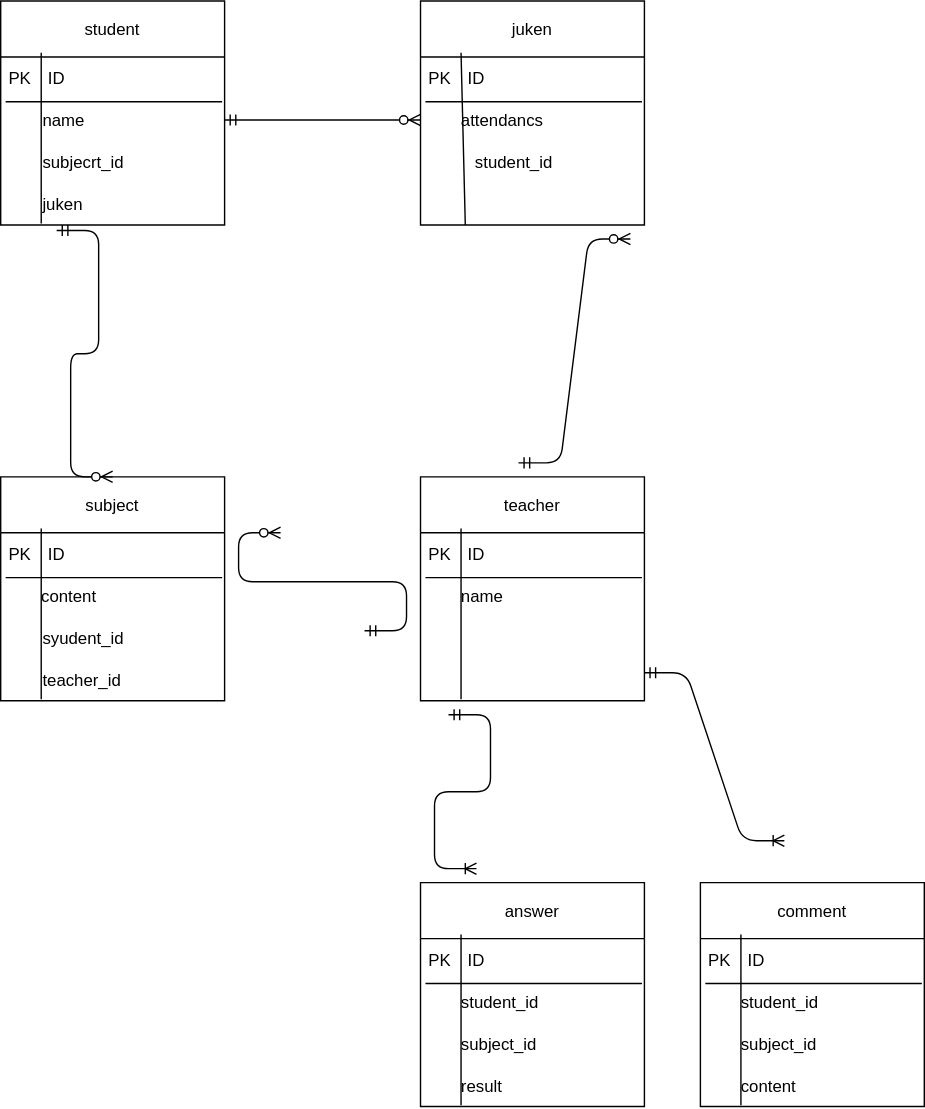
Above: index.svg in azuma2/ER (draw.io), before the change. Source tidied: cells renumbered, new cells last; positions are measured from the earlier drawing's top-left corner, leaving out a move shared by most shapes.
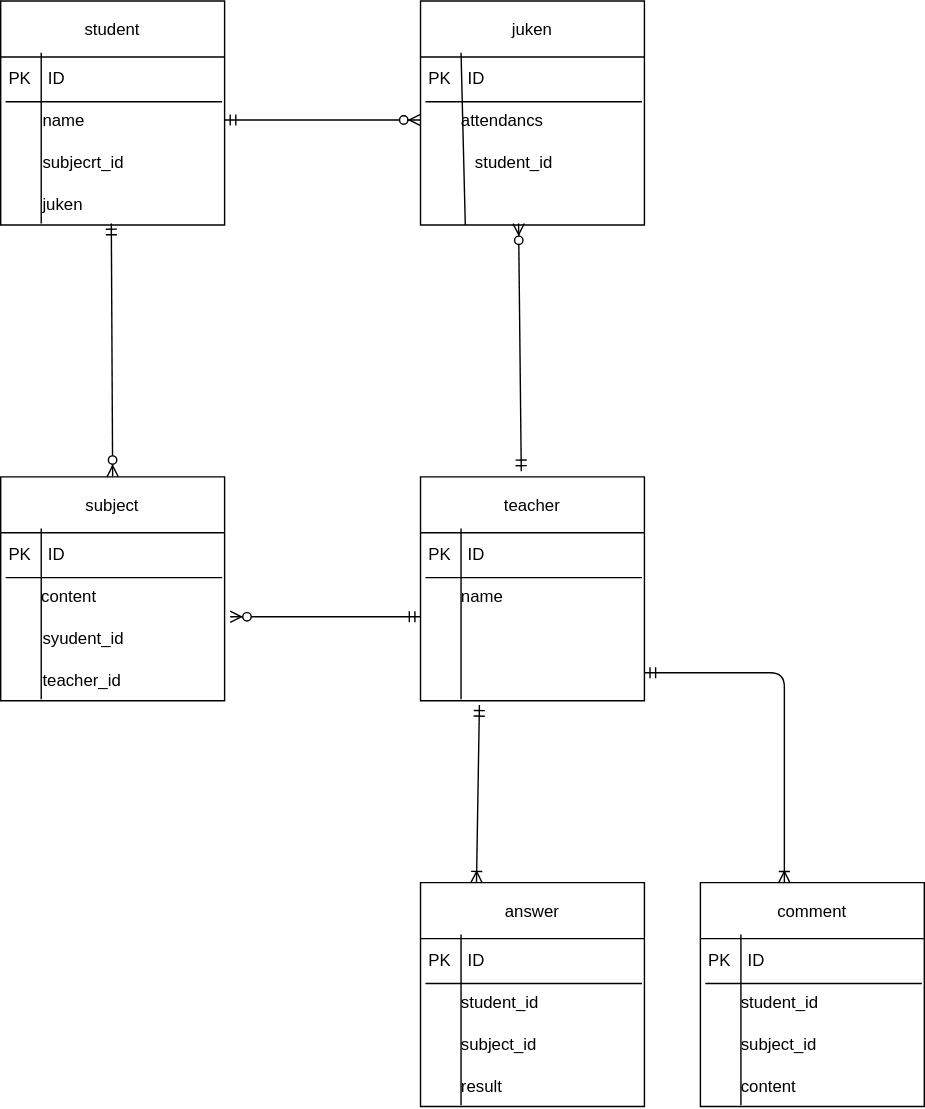
After the commit.

The edit, as a diff of the source:
```diff
@@ -128,34 +128,24 @@
     <mxCell id="43" style="endArrow=none;html=1;entryX=0.181;entryY=-0.1;entryDx=0;entryDy=0;entryPerimeter=0;exitX=0.181;exitY=0.967;exitDx=0;exitDy=0;exitPerimeter=0;" parent="37" edge="1" source="41" target="38">
       <mxGeometry relative="1" as="geometry" />
     </mxCell>
-    <mxCell id="44" style="edgeStyle=entityRelationEdgeStyle;fontSize=12;html=1;endArrow=ERzeroToMany;startArrow=ERmandOne;entryX=0.5;entryY=0;entryDx=0;entryDy=0;exitX=0.25;exitY=1.133;exitDx=0;exitDy=0;exitPerimeter=0;" parent="1" edge="1" source="6" target="9">
+    <mxCell id="44" style="fontSize=12;html=1;endArrow=ERzeroToMany;startArrow=ERmandOne;entryX=0.5;entryY=0;entryDx=0;entryDy=0;exitX=0.494;exitY=0.967;exitDx=0;exitDy=0;exitPerimeter=0;" parent="1" edge="1" source="6" target="9">
       <mxGeometry relative="1" as="geometry" />
     </mxCell>
-    <mxCell id="45" style="edgeStyle=entityRelationEdgeStyle;fontSize=12;html=1;endArrow=ERzeroToMany;startArrow=ERmandOne;" parent="1" edge="1">
-      <mxGeometry relative="1" as="geometry">
-        <mxPoint x="260" y="450" as="sourcePoint" />
-        <mxPoint x="200" y="380" as="targetPoint" />
-      </mxGeometry>
+    <mxCell id="45" style="fontSize=12;html=1;endArrow=ERzeroToMany;startArrow=ERmandOne;entryX=1.025;entryY=0;entryDx=0;entryDy=0;entryPerimeter=0;exitX=0;exitY=0;exitDx=0;exitDy=0;exitPerimeter=0;" parent="1" edge="1" source="26" target="12">
+      <mxGeometry relative="1" as="geometry" />
     </mxCell>
-    <mxCell id="46" style="edgeStyle=entityRelationEdgeStyle;fontSize=12;html=1;endArrow=ERzeroToMany;startArrow=ERmandOne;" parent="1" edge="1">
-      <mxGeometry relative="1" as="geometry">
-        <mxPoint x="370" y="330" as="sourcePoint" />
-        <mxPoint x="450" y="170" as="targetPoint" />
-      </mxGeometry>
+    <mxCell id="46" style="fontSize=12;html=1;endArrow=ERzeroToMany;startArrow=ERmandOne;entryX=0.438;entryY=0.967;entryDx=0;entryDy=0;entryPerimeter=0;exitX=0.45;exitY=-0.025;exitDx=0;exitDy=0;exitPerimeter=0;" parent="1" edge="1" source="23" target="22">
+      <mxGeometry relative="1" as="geometry" />
     </mxCell>
     <mxCell id="47" style="edgeStyle=entityRelationEdgeStyle;fontSize=12;html=1;endArrow=ERzeroToMany;startArrow=ERmandOne;exitX=1;exitY=0.5;exitDx=0;exitDy=0;entryX=0;entryY=0.5;entryDx=0;entryDy=0;" parent="1" edge="1" source="4" target="18">
       <mxGeometry relative="1" as="geometry" />
     </mxCell>
-    <mxCell id="48" style="edgeStyle=entityRelationEdgeStyle;fontSize=12;html=1;endArrow=ERoneToMany;startArrow=ERmandOne;" parent="1" edge="1">
-      <mxGeometry relative="1" as="geometry">
-        <mxPoint x="320" y="510" as="sourcePoint" />
-        <mxPoint x="340" y="620" as="targetPoint" />
-      </mxGeometry>
+    <mxCell id="48" style="fontSize=12;html=1;endArrow=ERoneToMany;startArrow=ERmandOne;exitX=0.263;exitY=1.1;exitDx=0;exitDy=0;exitPerimeter=0;entryX=0.25;entryY=0;entryDx=0;entryDy=0;entryPerimeter=0;" parent="1" edge="1" source="27" target="30">
+      <mxGeometry relative="1" as="geometry" />
     </mxCell>
-    <mxCell id="49" style="edgeStyle=entityRelationEdgeStyle;fontSize=12;html=1;endArrow=ERoneToMany;startArrow=ERmandOne;" parent="1" edge="1">
+    <mxCell id="49" style="edgeStyle=orthogonalEdgeStyle;fontSize=12;html=1;endArrow=ERoneToMany;startArrow=ERmandOne;entryX=0.375;entryY=0;entryDx=0;entryDy=0;entryPerimeter=0;" parent="1" edge="1" target="37">
       <mxGeometry relative="1" as="geometry">
         <mxPoint x="460" y="480" as="sourcePoint" />
-        <mxPoint x="560" y="600" as="targetPoint" />
       </mxGeometry>
     </mxCell>
   </root>
```
